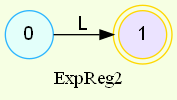
Before: AFD_202000119/ExpReg2.png, a diagram exported from Graphviz (SergieArizandieta/OLC1-P1-202000119). Its source is kept beside it as AFD_202000119/ExpReg2.dot.
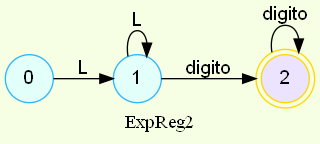
After the change.

The edit, as a diff of the source:
```diff
@@ -3,8 +3,11 @@
 	node [fontname="Helvetica,Arial,sans-serif" ]
 	edge [fontname="Helvetica,Arial,sans-serif"]
 	rankdir=LR;
-	node [shape = doublecircle, color = gold fillcolor="#EBE3FF" style =filled];1;
+	node [shape = doublecircle, color = gold fillcolor="#EBE3FF" style =filled];2;
 	node [shape = circle, color = "#2CB5FF" fillcolor="#E3FFFA" style =filled];
 
 0->1[label = "L"];
+1->1[label = "L"];
+1->2[label = "digito"];
+2->2[label = "digito"];
 label= ExpReg2}
```
